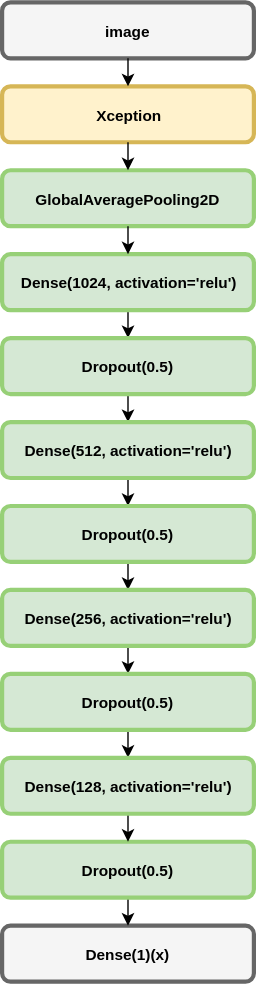
The draw.io diagram trained_models/regression/2 - More custom layers/plots/scheme.svg in mashaka/OutfitsComparison, before a commit. Source tidied: cells renumbered, new cells last; positions are measured from the earlier drawing's top-left corner, leaving out a move shared by most shapes.
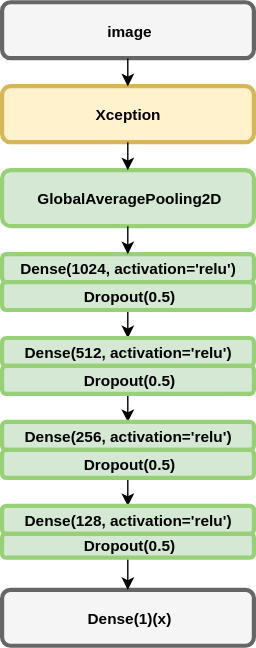
The same file after the commit.

Commit message:
fix: Make scheme more readable

Change to the diagram source:
```diff
@@ -11,11 +11,8 @@
     <mxCell id="4" value="&lt;div&gt;GlobalAveragePooling2D&lt;/div&gt;" style="rounded=1;whiteSpace=wrap;html=1;shadow=0;glass=0;comic=0;strokeColor=#97D077;strokeWidth=3;fillColor=#D5E8D4;gradientColor=none;fontSize=11;align=center;fontStyle=1;" parent="1" vertex="1">
       <mxGeometry y="120" width="180" height="40" as="geometry" />
     </mxCell>
-    <mxCell id="5" style="edgeStyle=orthogonalEdgeStyle;rounded=0;html=1;exitX=0.5;exitY=1;entryX=0.5;entryY=0;startArrow=none;startFill=0;endArrow=classic;endFill=1;jettySize=auto;fontSize=11;" parent="1" edge="1" source="6" target="14">
-      <mxGeometry relative="1" as="geometry" />
-    </mxCell>
     <mxCell id="6" value="&lt;div&gt;Dense(&lt;span&gt;1024&lt;/span&gt;, activation=&lt;span&gt;'relu'&lt;/span&gt;)&lt;/div&gt;" style="rounded=1;whiteSpace=wrap;html=1;shadow=0;glass=0;comic=0;strokeColor=#97D077;strokeWidth=3;fillColor=#D5E8D4;gradientColor=none;fontSize=11;align=center;fontStyle=1;" parent="1" vertex="1">
-      <mxGeometry y="180" width="180" height="40" as="geometry" />
+      <mxGeometry y="180" width="180" height="20" as="geometry" />
     </mxCell>
     <mxCell id="7" style="edgeStyle=orthogonalEdgeStyle;rounded=0;html=1;exitX=0.5;exitY=1;entryX=0.5;entryY=0;startArrow=none;startFill=0;endArrow=classic;endFill=1;jettySize=auto;fontSize=11;" parent="1" edge="1" source="2" target="3">
       <mxGeometry relative="1" as="geometry" />
@@ -27,49 +24,40 @@
       <mxGeometry relative="1" as="geometry" />
     </mxCell>
     <mxCell id="10" value="&lt;div&gt;Dense(&lt;span&gt;1&lt;/span&gt;)(x)&lt;/div&gt;" style="rounded=1;whiteSpace=wrap;html=1;shadow=0;glass=0;comic=0;strokeColor=#666666;strokeWidth=3;fillColor=#f5f5f5;fontSize=11;align=center;fontStyle=1;" parent="1" vertex="1">
-      <mxGeometry y="660" width="180" height="40" as="geometry" />
+      <mxGeometry y="420" width="180" height="40" as="geometry" />
     </mxCell>
-    <mxCell id="11" style="edgeStyle=orthogonalEdgeStyle;rounded=0;html=1;exitX=0.5;exitY=1;entryX=0.5;entryY=0;startArrow=none;startFill=0;endArrow=classic;endFill=1;jettySize=auto;fontSize=11;" parent="1" edge="1" source="12" target="10">
-      <mxGeometry relative="1" as="geometry" />
-    </mxCell>
-    <mxCell id="12" value="&lt;div&gt;Dropout(&lt;span&gt;0.5&lt;/span&gt;)&lt;/div&gt;" style="rounded=1;whiteSpace=wrap;html=1;shadow=0;glass=0;comic=0;strokeColor=#97D077;strokeWidth=3;fillColor=#D5E8D4;gradientColor=none;fontSize=11;align=center;fontStyle=1;" parent="1" vertex="1">
-      <mxGeometry y="600" width="180" height="40" as="geometry" />
-    </mxCell>
-    <mxCell id="13" style="edgeStyle=orthogonalEdgeStyle;rounded=0;html=1;exitX=0.5;exitY=1;entryX=0.5;entryY=0;startArrow=none;startFill=0;endArrow=classic;endFill=1;jettySize=auto;fontSize=11;" parent="1" edge="1" source="14" target="16">
-      <mxGeometry relative="1" as="geometry" />
-    </mxCell>
-    <mxCell id="14" value="&lt;div&gt;Dropout(&lt;span&gt;0.5&lt;/span&gt;)&lt;/div&gt;" style="rounded=1;whiteSpace=wrap;html=1;shadow=0;glass=0;comic=0;strokeColor=#97D077;strokeWidth=3;fillColor=#D5E8D4;gradientColor=none;fontSize=11;align=center;fontStyle=1;" parent="1" vertex="1">
-      <mxGeometry y="240" width="180" height="40" as="geometry" />
-    </mxCell>
-    <mxCell id="15" style="edgeStyle=orthogonalEdgeStyle;rounded=0;html=1;exitX=0.5;exitY=1;entryX=0.5;entryY=0;startArrow=none;startFill=0;endArrow=classic;endFill=1;jettySize=auto;fontSize=11;" parent="1" edge="1" source="16" target="18">
-      <mxGeometry relative="1" as="geometry" />
-    </mxCell>
-    <mxCell id="16" value="&lt;div&gt;Dense(512, activation=&lt;span&gt;'relu'&lt;/span&gt;)&lt;/div&gt;" style="rounded=1;whiteSpace=wrap;html=1;shadow=0;glass=0;comic=0;strokeColor=#97D077;strokeWidth=3;fillColor=#D5E8D4;gradientColor=none;fontSize=11;align=center;fontStyle=1;" parent="1" vertex="1">
-      <mxGeometry y="300" width="180" height="40" as="geometry" />
-    </mxCell>
-    <mxCell id="17" style="edgeStyle=orthogonalEdgeStyle;rounded=0;html=1;exitX=0.5;exitY=1;entryX=0.5;entryY=0;startArrow=none;startFill=0;endArrow=classic;endFill=1;jettySize=auto;fontSize=11;" parent="1" edge="1" source="18" target="20">
-      <mxGeometry relative="1" as="geometry" />
-    </mxCell>
-    <mxCell id="18" value="&lt;div&gt;Dropout(&lt;span&gt;0.5&lt;/span&gt;)&lt;/div&gt;" style="rounded=1;whiteSpace=wrap;html=1;shadow=0;glass=0;comic=0;strokeColor=#97D077;strokeWidth=3;fillColor=#D5E8D4;gradientColor=none;fontSize=11;align=center;fontStyle=1;" parent="1" vertex="1">
-      <mxGeometry y="360" width="180" height="40" as="geometry" />
-    </mxCell>
-    <mxCell id="19" style="edgeStyle=orthogonalEdgeStyle;rounded=0;html=1;exitX=0.5;exitY=1;entryX=0.5;entryY=0;startArrow=none;startFill=0;endArrow=classic;endFill=1;jettySize=auto;fontSize=11;" parent="1" edge="1" source="20" target="22">
-      <mxGeometry relative="1" as="geometry" />
-    </mxCell>
-    <mxCell id="20" value="&lt;div&gt;Dense(256, activation=&lt;span&gt;'relu'&lt;/span&gt;)&lt;/div&gt;" style="rounded=1;whiteSpace=wrap;html=1;shadow=0;glass=0;comic=0;strokeColor=#97D077;strokeWidth=3;fillColor=#D5E8D4;gradientColor=none;fontSize=11;align=center;fontStyle=1;" parent="1" vertex="1">
-      <mxGeometry y="420" width="180" height="40" as="geometry" />
-    </mxCell>
-    <mxCell id="21" style="edgeStyle=orthogonalEdgeStyle;rounded=0;html=1;exitX=0.5;exitY=1;entryX=0.5;entryY=0;startArrow=none;startFill=0;endArrow=classic;endFill=1;jettySize=auto;fontSize=11;" parent="1" edge="1" source="22" target="24">
-      <mxGeometry relative="1" as="geometry" />
-    </mxCell>
-    <mxCell id="22" value="&lt;div&gt;Dropout(&lt;span&gt;0.5&lt;/span&gt;)&lt;/div&gt;" style="rounded=1;whiteSpace=wrap;html=1;shadow=0;glass=0;comic=0;strokeColor=#97D077;strokeWidth=3;fillColor=#D5E8D4;gradientColor=none;fontSize=11;align=center;fontStyle=1;" parent="1" vertex="1">
-      <mxGeometry y="480" width="180" height="40" as="geometry" />
-    </mxCell>
-    <mxCell id="23" style="edgeStyle=orthogonalEdgeStyle;rounded=0;html=1;exitX=0.5;exitY=1;entryX=0.5;entryY=0;startArrow=none;startFill=0;endArrow=classic;endFill=1;jettySize=auto;fontSize=11;" parent="1" edge="1" source="24" target="12">
-      <mxGeometry relative="1" as="geometry" />
-    </mxCell>
-    <mxCell id="24" value="&lt;div&gt;Dense(128, activation=&lt;span&gt;'relu'&lt;/span&gt;)&lt;/div&gt;" style="rounded=1;whiteSpace=wrap;html=1;shadow=0;glass=0;comic=0;strokeColor=#97D077;strokeWidth=3;fillColor=#D5E8D4;gradientColor=none;fontSize=11;align=center;fontStyle=1;" parent="1" vertex="1">
-      <mxGeometry y="540" width="180" height="40" as="geometry" />
-    </mxCell>
+    <mxCell id="25" style="edgeStyle=orthogonalEdgeStyle;rounded=0;html=1;exitX=0.5;exitY=1;entryX=0.5;entryY=0;startArrow=none;startFill=0;endArrow=classic;endFill=1;jettySize=auto;fontSize=11;" parent="1" edge="1" source="26" target="27">
+      <mxGeometry relative="1" as="geometry" />
+    </mxCell>
+    <mxCell id="26" value="&lt;div&gt;Dropout(0.5)&lt;/div&gt;" style="rounded=1;whiteSpace=wrap;html=1;shadow=0;glass=0;comic=0;strokeColor=#97D077;strokeWidth=3;fillColor=#D5E8D4;gradientColor=none;fontSize=11;align=center;fontStyle=1;" parent="1" vertex="1">
+      <mxGeometry y="200" width="180" height="20" as="geometry" />
+    </mxCell>
+    <mxCell id="27" value="&lt;div&gt;Dense(&lt;span&gt;512&lt;/span&gt;, activation=&lt;span&gt;'relu'&lt;/span&gt;)&lt;/div&gt;" style="rounded=1;whiteSpace=wrap;html=1;shadow=0;glass=0;comic=0;strokeColor=#97D077;strokeWidth=3;fillColor=#D5E8D4;gradientColor=none;fontSize=11;align=center;fontStyle=1;" parent="1" vertex="1">
+      <mxGeometry y="240" width="180" height="20" as="geometry" />
+    </mxCell>
+    <mxCell id="28" style="edgeStyle=orthogonalEdgeStyle;rounded=0;html=1;exitX=0.5;exitY=1;entryX=0.5;entryY=0;startArrow=none;startFill=0;endArrow=classic;endFill=1;jettySize=auto;fontSize=11;" parent="1" edge="1" source="29" target="30">
+      <mxGeometry relative="1" as="geometry" />
+    </mxCell>
+    <mxCell id="29" value="&lt;div&gt;Dropout(0.5)&lt;/div&gt;" style="rounded=1;whiteSpace=wrap;html=1;shadow=0;glass=0;comic=0;strokeColor=#97D077;strokeWidth=3;fillColor=#D5E8D4;gradientColor=none;fontSize=11;align=center;fontStyle=1;" parent="1" vertex="1">
+      <mxGeometry y="260" width="180" height="20" as="geometry" />
+    </mxCell>
+    <mxCell id="30" value="&lt;div&gt;Dense(&lt;span&gt;256&lt;/span&gt;, activation=&lt;span&gt;'relu'&lt;/span&gt;)&lt;/div&gt;" style="rounded=1;whiteSpace=wrap;html=1;shadow=0;glass=0;comic=0;strokeColor=#97D077;strokeWidth=3;fillColor=#D5E8D4;gradientColor=none;fontSize=11;align=center;fontStyle=1;" parent="1" vertex="1">
+      <mxGeometry y="300" width="180" height="20" as="geometry" />
+    </mxCell>
+    <mxCell id="31" style="edgeStyle=orthogonalEdgeStyle;rounded=0;html=1;exitX=0.5;exitY=1;entryX=0.5;entryY=0;startArrow=none;startFill=0;endArrow=classic;endFill=1;jettySize=auto;fontSize=11;" parent="1" edge="1" source="32" target="33">
+      <mxGeometry relative="1" as="geometry" />
+    </mxCell>
+    <mxCell id="32" value="&lt;div&gt;Dropout(0.5)&lt;/div&gt;" style="rounded=1;whiteSpace=wrap;html=1;shadow=0;glass=0;comic=0;strokeColor=#97D077;strokeWidth=3;fillColor=#D5E8D4;gradientColor=none;fontSize=11;align=center;fontStyle=1;" parent="1" vertex="1">
+      <mxGeometry y="320" width="180" height="20" as="geometry" />
+    </mxCell>
+    <mxCell id="33" value="&lt;div&gt;Dense(&lt;span&gt;128&lt;/span&gt;, activation=&lt;span&gt;'relu'&lt;/span&gt;)&lt;/div&gt;" style="rounded=1;whiteSpace=wrap;html=1;shadow=0;glass=0;comic=0;strokeColor=#97D077;strokeWidth=3;fillColor=#D5E8D4;gradientColor=none;fontSize=11;align=center;fontStyle=1;" parent="1" vertex="1">
+      <mxGeometry y="360" width="180" height="20" as="geometry" />
+    </mxCell>
+    <mxCell id="34" style="edgeStyle=orthogonalEdgeStyle;rounded=0;html=1;exitX=0.5;exitY=1;entryX=0.5;entryY=0;startArrow=none;startFill=0;endArrow=classic;endFill=1;jettySize=auto;fontSize=11;" parent="1" edge="1" source="35" target="10">
+      <mxGeometry relative="1" as="geometry" />
+    </mxCell>
+    <mxCell id="35" value="&lt;div&gt;Dropout(0.5)&lt;/div&gt;" style="rounded=1;whiteSpace=wrap;html=1;shadow=0;glass=0;comic=0;strokeColor=#97D077;strokeWidth=3;fillColor=#D5E8D4;gradientColor=none;fontSize=11;align=center;fontStyle=1;" parent="1" vertex="1">
+      <mxGeometry y="380" width="180" height="17" as="geometry" />
+    </mxCell>
   </root>
 </mxGraphModel>
```
